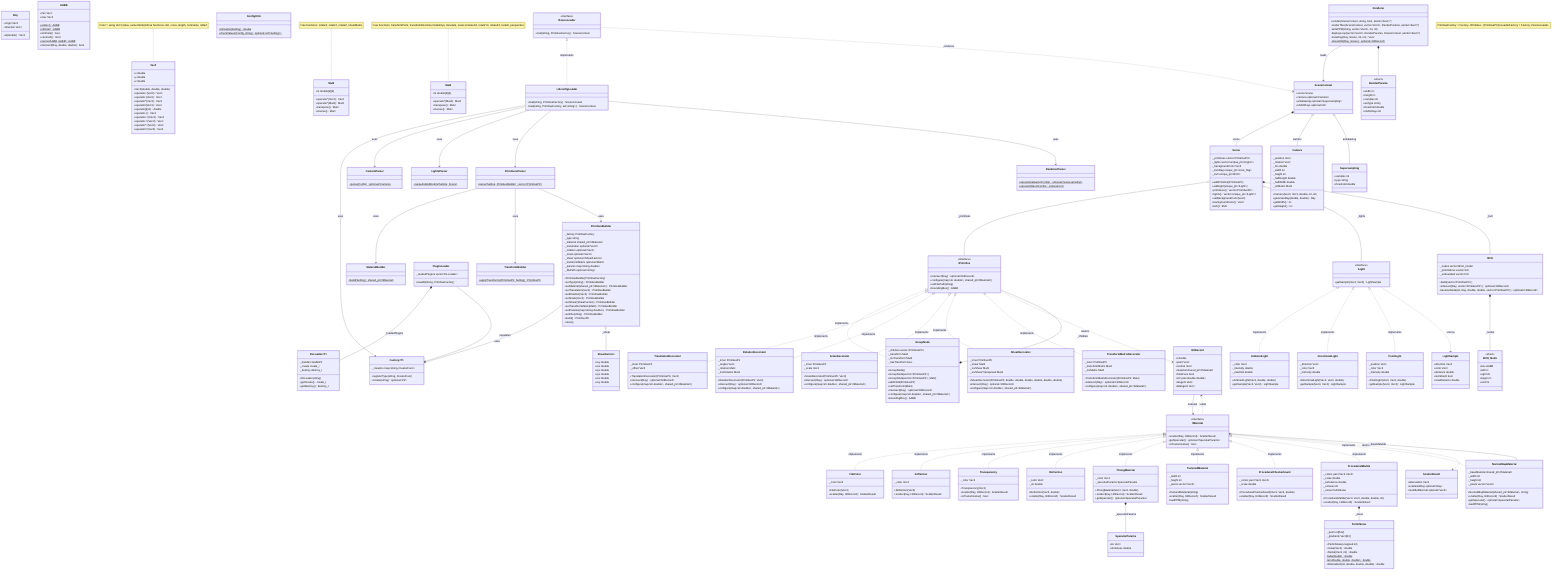
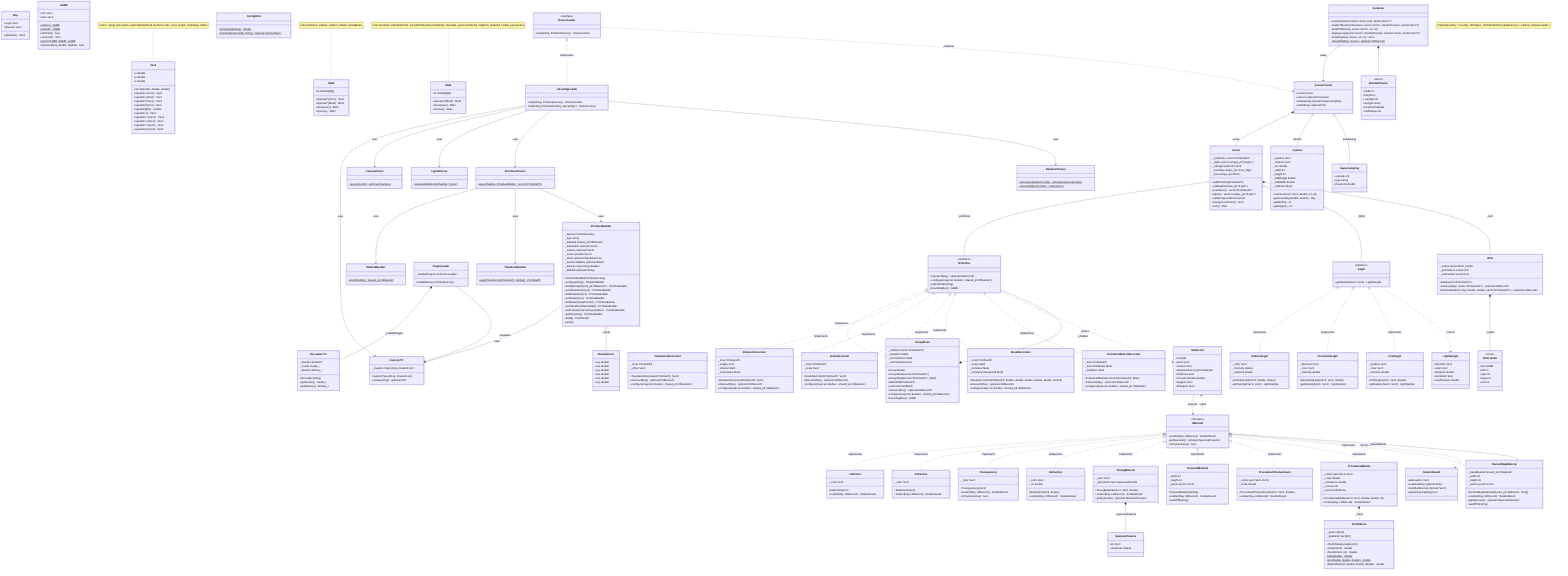
classDiagram
    direction TB

    %% ==================== Core Math ====================

    class Vec3 {
        +x double
        +y double
        +z double
        +Vec3(double, double, double)
        +operator+(Vec3) Vec3
        +operator-(Vec3) Vec3
        +operator*(Vec3) Vec3
        +operator/(Vec3) Vec3
        +operator[](int) double
        +operator-() Vec3
        +operator+=(Vec3) Vec3
        +operator-=(Vec3) Vec3
        +operator*=(Vec3) Vec3
        +operator/=(Vec3) Vec3
    }
    note for Vec3 "Color = using Vec3 (alias, same fields)\nFree functions: dot, cross, length, normalize, reflect"

    class Mat3 {
        +m double[3][3]
        +operator*(Vec3) Vec3
        +operator*(Mat3) Mat3
        +transpose() Mat3
        +inverse() Mat3
    }
    note for Mat3 "Free functions: rotateX, rotateY, rotateZ, shearMatrix"

    class Mat4 {
        +m double[4][4]
        +operator*(Mat4) Mat4
        +transpose() Mat4
        +inverse() Mat4
    }
    note for Mat4 "Free functions: transformPoint, transformDirection,\nidentity4, translate, scale,\nrotateX4, rotateY4, rotateZ4, lookAt, perspective"

    class Ray {
        +origin Vec3
        +direction Vec3
        +at(double) Vec3
    }

    class AABB {
        +min Vec3
        +max Vec3
        +empty()$ AABB
        +infinite()$ AABB
        +isInfinite() bool
        +centroid() Vec3
        +merge(AABB, AABB)$ AABB
        +intersect(Ray, double, double) bool
    }

    class SpecularParams {
        +ks Vec3
        +shininess double
    }

    %% ==================== Rendering Results ====================

    class HitRecord {
        +t double
        +point Vec3
        +normal Vec3
        +material shared_ptr~IMaterial~
        +frontFace bool
        +UV pair~double·double~
        +tangent Vec3
        +bitangent Vec3
    }

    class LightSample {
        +direction Vec3
        +color Vec3
        +distance double
        +isAmbient bool
        +maxDistance double
    }

    class ScatterResult {
        +attenuation Vec3
        +scatteredRay optional~Ray~
        +modifiedNormal optional~Vec3~
+         +applyDirectLighting bool
    }

    %% ==================== Interfaces ====================

    class IPrimitive {
        <<interface>>
        +intersect(Ray) optional~HitRecord~
        +configure(map~str·double~, shared_ptr~IMaterial~)
        +setFilePath(string)
        +boundingBox() AABB
    }

    class IMaterial {
        <<interface>>
        +scatter(Ray, HitRecord) ScatterResult
        +getSpecular() optional~SpecularParams~
        +isTransmissive() bool
    }

    class ILight {
        <<interface>>
        +getSample(Vec3, Vec3) LightSample
    }

    class ISceneLoader {
        <<interface>>
        +load(string, PrimitiveFactory) SceneContext
    }

    %% ==================== Plugin Infrastructure ====================

    class Factory~T~ {
        -_creators map~string·CreatorFunc~
        +registerType(string, CreatorFunc)
        +create(string) optional~Ptr~
    }
    note for Factory~T~ "PrimitiveFactory = Factory~IPrimitive~ (PrimitivePtr)\nLoaderFactory  = Factory~ISceneLoader~"

    class DLLoader~T~ {
        -_handle HandlePtr
        -_create create_t
        -_destroy destroy_t
        +DLLoader(string)
        +getCreate() create_t
        +getDestroy() destroy_t
    }

    class PluginLoader {
        -_loadedPlugins vector~DLLoader~
        +loadAll(string, PrimitiveFactory)
    }

    class LibconfigLoader {
        +load(string, PrimitiveFactory) SceneContext
        -load(string, PrimitiveFactory, set~string~) SceneContext
    }

    %% ==================== Scene ====================

    class Scene {
        -_primitives vector~PrimitivePtr~
        -_lights vector~unique_ptr~ILight~~
        -_backgroundColor Vec3
        -_bvhFlag unique_ptr~once_flag~
        -_bvh unique_ptr~BVH~
        +addPrimitive(PrimitivePtr)
        +addLight(unique_ptr~ILight~)
        +primitives() vector~PrimitivePtr~
        +lights() vector~unique_ptr~ILight~~
        +setBackgroundColor(Vec3)
        +backgroundColor() Vec3
        +bvh() BVH*
    }

    class Camera {
        -_position Vec3
        -_rotation Vec3
        -_fov double
        -_width int
        -_height int
        -_halfHeight double
        -_halfWidth double
        -_rotMatrix Mat3
        +Camera(Vec3, Vec3, double, int, int)
        +generateRay(double, double) Ray
        +getWidth() int
        +getHeight() int
    }

    class Supersampling {
        +samples int
        +type string
        +threshold double
    }

    class SceneContext {
        +scene Scene
        +camera optional~Camera~
        +antialiasing optional~Supersampling~
        +nbAORays optional~int~
    }

    class BVH {
        -_nodes vector~BVH_Node~
        -_primIndices vector~int~
        -_unbounded vector~int~
        +build(vector~PrimitivePtr~)
        +intersect(Ray, vector~PrimitivePtr~) optional~HitRecord~
        -traverseNode(int, Ray, double, double, vector~PrimitivePtr~) optional~HitRecord~
    }

    class BVH_Node {
        <<struct>>
        +box AABB
        +left int
        +right int
        +begin int
        +end int
    }

    class GroupNode {
        -_children vector~PrimitivePtr~
        -_transform Mat4
        -_invTransform Mat4
        -_hasTransform bool
        +GroupNode()
        +GroupNode(vector~PrimitivePtr~)
        +GroupNode(vector~PrimitivePtr~, Mat4)
        +addChild(PrimitivePtr)
        +setTransform(Mat4)
        +intersect(Ray) optional~HitRecord~
        +configure(map~str·double~, shared_ptr~IMaterial~)
        +boundingBox() AABB
    }

    %% ==================== Builder ====================

    class ShearFactors {
        +sxy double
        +sxz double
        +syx double
        +syz double
        +szx double
        +szy double
    }

    class PrimitiveBuilder {
        -_factory PrimitiveFactory
        -_type string
        -_material shared_ptr~IMaterial~
        -_translation optional~Vec3~
        -_rotation optional~Vec3~
        -_scale optional~Vec3~
        -_shear optional~ShearFactors~
        -_transformMatrix optional~Mat4~
        -_params map~string·double~
        -_filePath optional~string~
        +PrimitiveBuilder(PrimitiveFactory)
        +setType(string) PrimitiveBuilder
        +setMaterial(shared_ptr~IMaterial~) PrimitiveBuilder
        +setTranslation(Vec3) PrimitiveBuilder
        +setRotation(Vec3) PrimitiveBuilder
        +setScale(Vec3) PrimitiveBuilder
        +setShear(ShearFactors) PrimitiveBuilder
        +setTransformMatrix(Mat4) PrimitiveBuilder
        +setParams(map~string·double~) PrimitiveBuilder
        +setFile(string) PrimitiveBuilder
        +build() PrimitivePtr
        +reset()
    }

    %% ==================== Parsers ====================

    class CameraParser {
        +parse(Config)$ optional~Camera~
    }

    class LightsParser {
        +parseAndAddLights(Setting, Scene)$
    }

    class MaterialBuilder {
        +build(Setting)$ shared_ptr~IMaterial~
    }

    class PrimitivesParser {
        +parse(Setting, PrimitiveBuilder)$ vector~PrimitivePtr~
    }

    class RendererParser {
        +parseAntialiasing(Config)$ optional~Supersampling~
        +parseAORays(Config)$ optional~int~
    }

    class TransformBuilder {
        +applyTransforms(PrimitivePtr, Setting)$ PrimitivePtr
    }

    class ConfigUtils {
        +toDouble(Setting)$ double
        +checkValues(Config, string)$ optional~ref~Setting~~
    }

    %% ==================== Renderer ====================

    class Renderer {
        +render(SceneContext, string, bool, atomic~bool~*)
        -renderTiles(SceneContext, vector~Vec3~, RenderParams, atomic~bool~*)
        -writePPM(string, vector~Vec3~, int, int)
        -displayLoop(vector~Vec3~, RenderParams, SceneContext, atomic~bool~*)
        -traceRay(Ray, Scene, int, int) Vec3
        -closestHit(Ray, Scene)$ optional~HitRecord~
    }

    class RenderParams {
        <<struct>>
        +width int
        +height int
        +samples int
        +aaType string
        +threshold double
        +nbAORays int
    }

    %% ==================== Decorators ====================

    class TranslationDecorator {
        -_inner PrimitivePtr
        -_offset Vec3
        +TranslationDecorator(PrimitivePtr, Vec3)
        +intersect(Ray) optional~HitRecord~
        +configure(map~str·double~, shared_ptr~IMaterial~)
    }

    class RotationDecorator {
        -_inner PrimitivePtr
        -_angles Vec3
        -_rotation Mat3
        -_invRotation Mat3
        +RotationDecorator(PrimitivePtr, Vec3)
        +intersect(Ray) optional~HitRecord~
        +configure(map~str·double~, shared_ptr~IMaterial~)
    }

    class ScaleDecorator {
        -_inner PrimitivePtr
        -_scale Vec3
        +ScaleDecorator(PrimitivePtr, Vec3)
        +intersect(Ray) optional~HitRecord~
        +configure(map~str·double~, shared_ptr~IMaterial~)
    }

    class ShearDecorator {
        -_inner PrimitivePtr
        -_shear Mat3
        -_invShear Mat3
        -_invShearTransposed Mat3
        +ShearDecorator(PrimitivePtr, double, double, double, double, double, double)
        +intersect(Ray) optional~HitRecord~
        +configure(map~str·double~, shared_ptr~IMaterial~)
    }

    class TransformMatrixDecorator {
        -_inner PrimitivePtr
        -_transformMatrix Mat4
        -_invMatrix Mat4
        +TransformMatrixDecorator(PrimitivePtr, Mat4)
        +intersect(Ray) optional~HitRecord~
        +configure(map~str·double~, shared_ptr~IMaterial~)
    }

    %% ==================== Concrete Lights ====================

    class AmbientLight {
        -_color Vec3
        -_intensity double
        -_maxDist double
        +AmbientLight(Vec3, double, double)
        +getSample(Vec3, Vec3) LightSample
    }

    class DirectionalLight {
        -_direction Vec3
        -_color Vec3
        -_intensity double
        +DirectionalLight(Vec3, Vec3, double)
        +getSample(Vec3, Vec3) LightSample
    }

    class PointLight {
        -_position Vec3
        -_color Vec3
        -_intensity double
        +PointLight(Vec3, Vec3, double)
        +getSample(Vec3, Vec3) LightSample
    }

    %% ==================== Concrete Materials ====================

    class FlatColor {
        -_color Vec3
        +FlatColor(Vec3)
        +scatter(Ray, HitRecord) ScatterResult
    }

    class Reflection {
        -_color Vec3
        +Reflection(Vec3)
        +scatter(Ray, HitRecord) ScatterResult
    }

    class Transparency {
        -_color Vec3
        +Transparency(Vec3)
        +scatter(Ray, HitRecord) ScatterResult
        +isTransmissive() bool
    }

    class Refraction {
        -_color Vec3
        -_ior double
        +Refraction(Vec3, double)
        +scatter(Ray, HitRecord) ScatterResult
    }

    class PhongMaterial {
        -_color Vec3
        -_specularParams SpecularParams
        +PhongMaterial(Vec3, Vec3, double)
        +scatter(Ray, HitRecord) ScatterResult
        +getSpecular() optional~SpecularParams~
    }

    class TexturedMaterial {
        -_width int
        -_height int
        -_pixels vector~Vec3~
        +TexturedMaterial(string)
        +scatter(Ray, HitRecord) ScatterResult
        -loadPPM(string)
    }

    class ProceduralCheckerboard {
        -_colors pair~Vec3·Vec3~
        -_scale double
        +ProceduralCheckerboard(Vec3, Vec3, double)
        +scatter(Ray, HitRecord) ScatterResult
    }

    class ProceduralMarble {
        -_colors pair~Vec3·Vec3~
        -_scale double
        -_turbulence double
        -_octaves int
        -_noise PerlinNoise
        +ProceduralMarble(Vec3, Vec3, double, double, int)
        +scatter(Ray, HitRecord) ScatterResult
    }

    class NormalMapMaterial {
        -_baseMaterial shared_ptr~IMaterial~
        -_width int
        -_height int
        -_pixels vector~Vec3~
        +NormalMapMaterial(shared_ptr~IMaterial~, string)
        +scatter(Ray, HitRecord) ScatterResult
        +getSpecular() optional~SpecularParams~
        -loadPPM(string)
    }

    %% ==================== Perlin Noise ====================

    class PerlinNoise {
        -_perm int[512]
        -_gradients Vec3[12]
        +PerlinNoise(unsigned int)
        +noise(Vec3) double
        +fractal(Vec3, int) double
        -fade(double)$ double
        -lerp(double, double, double)$ double
        -dotGradient(int, double, double, double) double
    }

    %% ==================== Relationships ====================

    %% Interface implementations
    ISceneLoader <|.. LibconfigLoader : implements
    IPrimitive <|.. GroupNode : implements
    IPrimitive <|.. TranslationDecorator : implements
    IPrimitive <|.. RotationDecorator : implements
    IPrimitive <|.. ScaleDecorator : implements
    IPrimitive <|.. ShearDecorator : implements
    IPrimitive <|.. TransformMatrixDecorator : implements
    IMaterial <|.. FlatColor : implements
    IMaterial <|.. Reflection : implements
    IMaterial <|.. Transparency : implements
    IMaterial <|.. Refraction : implements
    IMaterial <|.. PhongMaterial : implements
    IMaterial <|.. TexturedMaterial : implements
    IMaterial <|.. ProceduralCheckerboard : implements
    IMaterial <|.. ProceduralMarble : implements
    IMaterial <|.. NormalMapMaterial : implements
    ILight <|.. AmbientLight : implements
    ILight <|.. DirectionalLight : implements
    ILight <|.. PointLight : implements

    %% Plugin infrastructure
    PluginLoader *-- DLLoader~T~ : _loadedPlugins
    PluginLoader --> Factory~T~ : populates
    LibconfigLoader --> Factory~T~ : uses
    PrimitiveBuilder --> Factory~T~ : uses

    %% Scene structure
    Scene o-- IPrimitive : _primitives
    Scene o-- ILight : _lights
    Scene *-- BVH : _bvh
    BVH *-- BVH_Node : _nodes
    SceneContext *-- Scene : scene
    SceneContext o-- Camera : camera
    SceneContext o-- Supersampling : antialiasing

    %% Data flows
    ISceneLoader ..> SceneContext : produces
    Renderer --> SceneContext : reads
    Renderer *-- RenderParams
    HitRecord --> IMaterial : material
    IPrimitive ..> HitRecord : returns
    IMaterial ..> HitRecord : reads
    IMaterial ..> ScatterResult : returns
    ILight ..> LightSample : returns

    %% Parsers
    LibconfigLoader --> CameraParser : uses
    LibconfigLoader --> LightsParser : uses
    LibconfigLoader --> PrimitivesParser : uses
    LibconfigLoader --> RendererParser : uses
    PrimitivesParser --> MaterialBuilder : uses
    PrimitivesParser --> TransformBuilder : uses
    PrimitivesParser --> PrimitiveBuilder : uses

    %% Builder
    PrimitiveBuilder o-- ShearFactors : _shear

    %% Composition
    NormalMapMaterial --> IMaterial : _baseMaterial
    GroupNode *-- IPrimitive : _children
    ProceduralMarble *-- PerlinNoise : _noise
    PhongMaterial *-- SpecularParams : _specularParams
